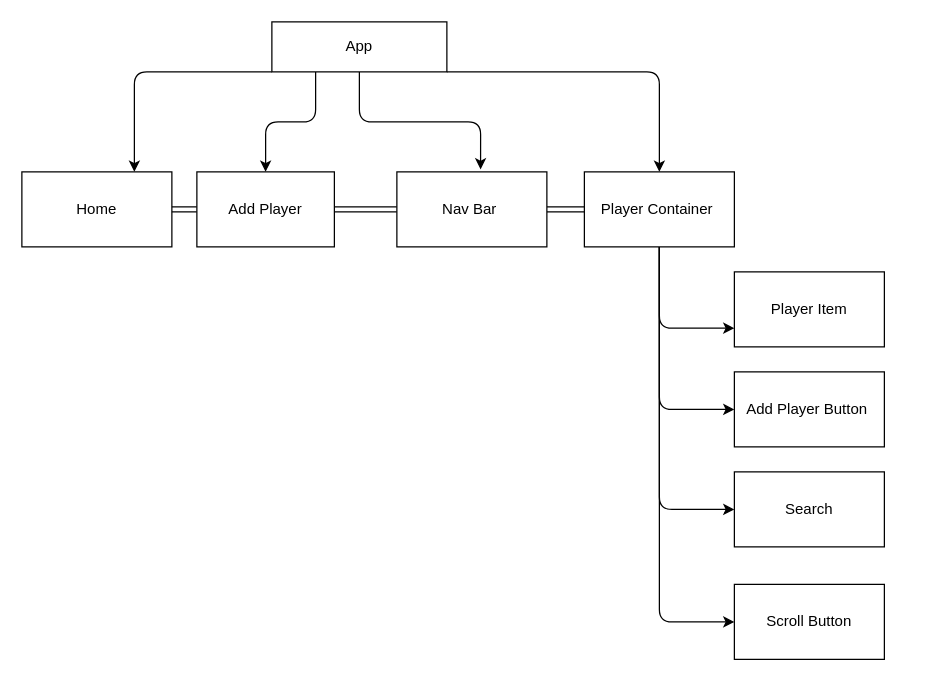
Earlier version of the draw.io diagram src/heirachy.Drawio.drawio (alexbotha/my-app). Source tidied: cells renumbered, new cells numbered last; positions are measured from the earlier drawing's top-left corner, leaving out a move shared by most shapes. Both pictures are drawn from the tidied source at 125%, with x=0, y=0 at pixel (21, 21).
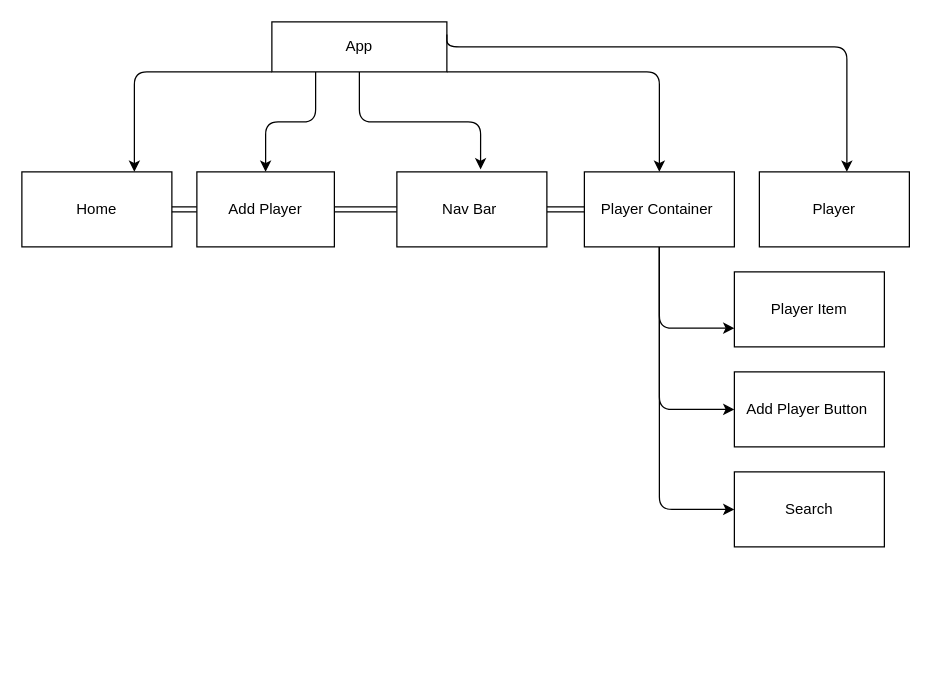
The same diagram, later.

Commit message:
component heirachy update

The change refers to these unchanged cells:
```xml
<mxCell id="6" value="App" style="whiteSpace=wrap;html=1;" parent="1" vertex="1">
  <mxGeometry x="200" width="140" height="40" as="geometry" />
</mxCell>
<mxCell id="13" value="Player Container&amp;nbsp;" style="whiteSpace=wrap;html=1;" parent="1" vertex="1">
  <mxGeometry x="450" y="120" width="120" height="60" as="geometry" />
</mxCell>
```

What changed in the source:
```diff
@@
-    <mxCell id="11" style="edgeStyle=orthogonalEdgeStyle;html=1;exitX=0.5;exitY=1;exitDx=0;exitDy=0;entryX=0;entryY=0.5;entryDx=0;entryDy=0;" parent="1" edge="1" source="13" target="19">
-      <mxGeometry relative="1" as="geometry" />
-    </mxCell>
@@
-    <mxCell id="19" value="Scroll Button" style="whiteSpace=wrap;html=1;" parent="1" vertex="1">
-      <mxGeometry x="570" y="450" width="120" height="60" as="geometry" />
-    </mxCell>
@@
+    <mxCell id="22" value="Player" style="whiteSpace=wrap;html=1;" parent="1" vertex="1">
+      <mxGeometry x="590" y="120" width="120" height="60" as="geometry" />
+    </mxCell>
+    <mxCell id="23" style="edgeStyle=orthogonalEdgeStyle;html=1;exitX=1;exitY=0.25;exitDx=0;exitDy=0;" parent="1" edge="1" source="6" target="22">
+      <mxGeometry relative="1" as="geometry">
+        <Array as="points">
+          <mxPoint x="340" y="20" />
+          <mxPoint x="660" y="20" />
+        </Array>
+      </mxGeometry>
+    </mxCell>
```
